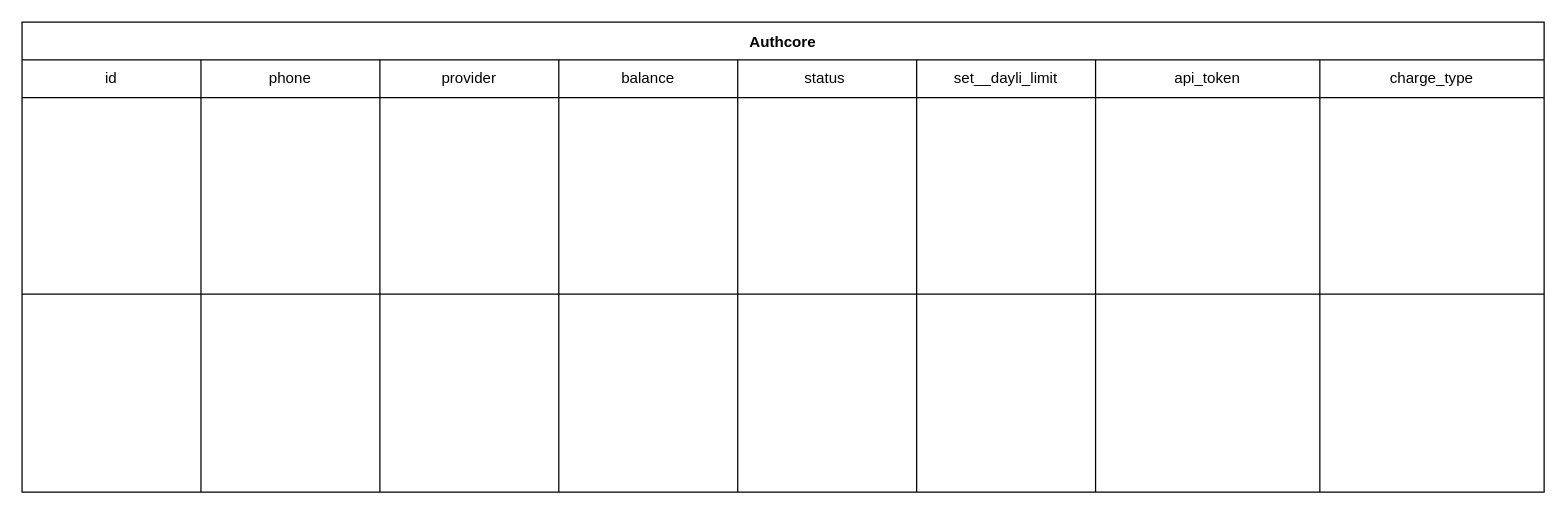
Earlier version of the draw.io diagram page "Page-2" (2 of 3) of Untitled Diagram.drawio (IQ-Devs/gate). Source tidied: cells renumbered, new cells numbered last; positions are measured from the earlier drawing's top-left corner, leaving out a move shared by most shapes. Both pictures are drawn from the tidied source at 126%, with x=0, y=0 at pixel (21, 21).
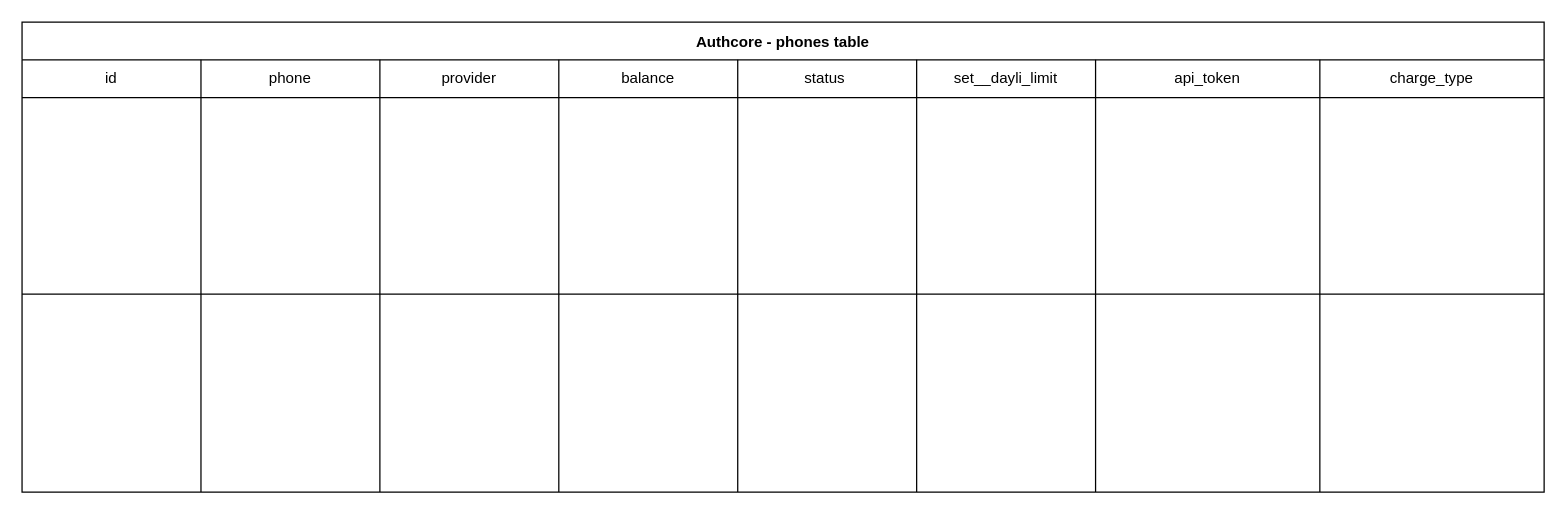
The same page after the edit.

Change to the diagram source:
```diff
@@
-    <mxCell id="2" value="Authcore" style="shape=table;startSize=30;childLayout=tableLayout;fontStyle=1;align=center;" parent="1" vertex="1">
+    <mxCell id="2" value="Authcore - phones table" style="shape=table;startSize=30;childLayout=tableLayout;fontStyle=1;align=center;" parent="1" vertex="1">
       <mxGeometry width="1208" height="373" as="geometry" />
     </mxCell>
```
